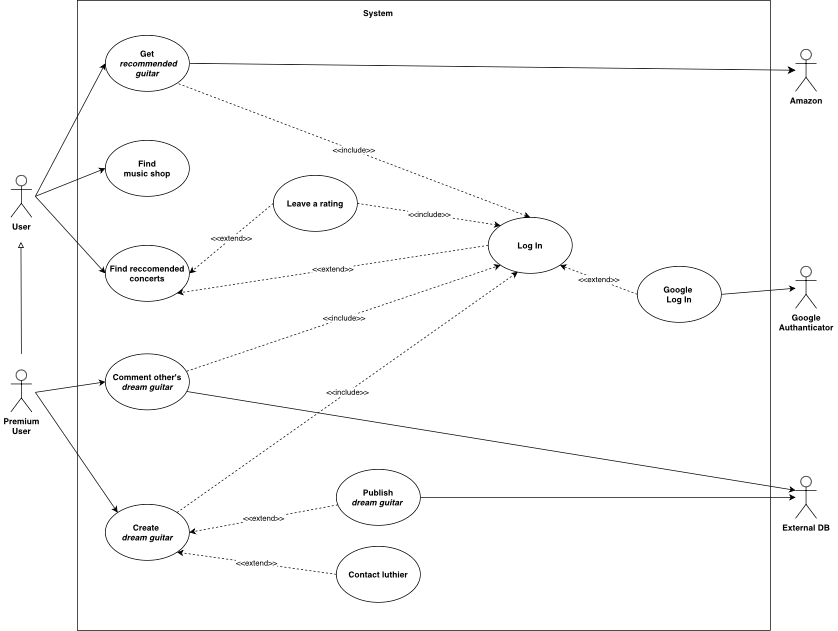
Above: Progetto.drawio .png in TizianoLilli/ISPW-Project (draw.io), before the change. Source tidied: cells renumbered, new cells last; positions are measured from the earlier drawing's top-left corner, leaving out a move shared by most shapes.
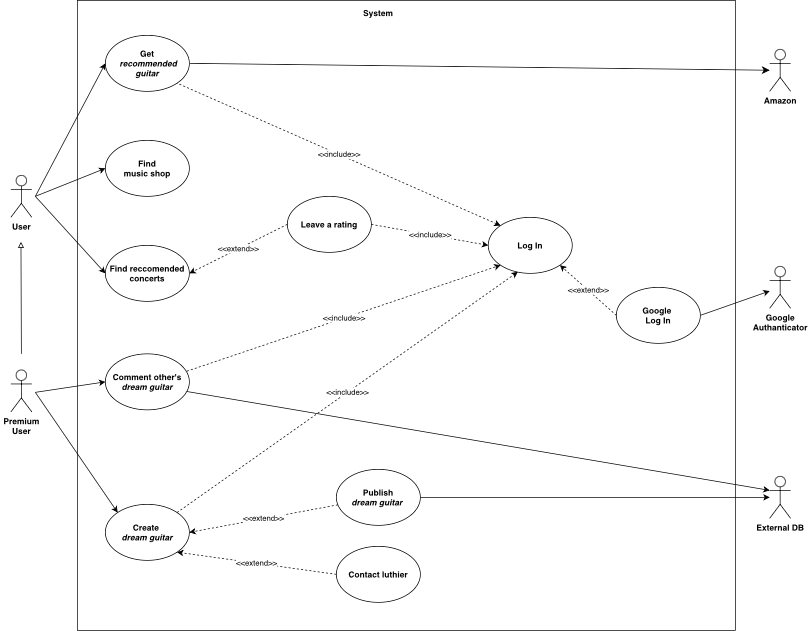
After the commit.

Change to the diagram source:
```diff
@@ -3,7 +3,7 @@
     <mxCell id="0" />
     <mxCell id="1" parent="0" />
     <mxCell id="2" style="rounded=0;whiteSpace=wrap;html=1;" parent="1" vertex="1">
-      <mxGeometry x="95" width="990" height="900" as="geometry" />
+      <mxGeometry x="95" width="940" height="900" as="geometry" />
     </mxCell>
     <mxCell id="3" value="&lt;b&gt;User&lt;/b&gt;" style="shape=umlActor;verticalLabelPosition=bottom;verticalAlign=top;html=1;" parent="1" vertex="1">
       <mxGeometry y="250" width="30" height="60" as="geometry" />
@@ -48,18 +48,15 @@
       </mxGeometry>
     </mxCell>
     <mxCell id="15" value="&lt;b&gt;Google&lt;/b&gt;&lt;div&gt;&lt;b&gt;Authanticator&lt;/b&gt;&lt;/div&gt;&lt;div&gt;&lt;br&gt;&lt;/div&gt;" style="shape=umlActor;verticalLabelPosition=bottom;verticalAlign=top;html=1;outlineConnect=0;" parent="1" vertex="1">
-      <mxGeometry x="1121" y="380" width="30" height="60" as="geometry" />
+      <mxGeometry x="1084" y="380" width="30" height="60" as="geometry" />
     </mxCell>
     <mxCell id="16" style="endArrow=classic;html=1;rounded=0;exitX=1;exitY=0.5;exitDx=0;exitDy=0;" parent="1" edge="1" source="35" target="15">
       <mxGeometry relative="1" as="geometry" />
     </mxCell>
-    <mxCell id="17" value="&amp;lt;&amp;lt;extend&amp;gt;&amp;gt;" style="endArrow=classic;html=1;rounded=0;exitX=0;exitY=0.5;exitDx=0;exitDy=0;entryX=1;entryY=1;entryDx=0;entryDy=0;dashed=1;" parent="1" edge="1" source="5" target="12">
-      <mxGeometry relative="1" as="geometry" />
-    </mxCell>
     <mxCell id="18" value="&amp;lt;&amp;lt;extend&amp;gt;&amp;gt;" style="endArrow=classic;html=1;rounded=0;exitX=0;exitY=0.5;exitDx=0;exitDy=0;entryX=1;entryY=1;entryDx=0;entryDy=0;dashed=1;" parent="1" edge="1" source="13" target="6">
       <mxGeometry relative="1" as="geometry" />
     </mxCell>
-    <mxCell id="19" value="&amp;lt;&amp;lt;include&amp;gt;&amp;gt;" style="endArrow=none;html=1;rounded=0;exitX=0.5;exitY=0;exitDx=0;exitDy=0;entryX=1;entryY=1;entryDx=0;entryDy=0;dashed=1;endFill=0;startArrow=classic;startFill=1;" parent="1" edge="1" source="5" target="10">
+    <mxCell id="19" value="&amp;lt;&amp;lt;include&amp;gt;&amp;gt;" style="endArrow=none;html=1;rounded=0;exitX=0;exitY=0;exitDx=0;exitDy=0;entryX=1;entryY=1;entryDx=0;entryDy=0;dashed=1;endFill=0;startArrow=classic;startFill=1;" parent="1" edge="1" source="5" target="10">
       <mxGeometry relative="1" as="geometry" />
     </mxCell>
     <mxCell id="20" value="&lt;b&gt;System&lt;/b&gt;&lt;div&gt;&lt;br&gt;&lt;/div&gt;" style="text;html=1;align=center;verticalAlign=middle;whiteSpace=wrap;rounded=0;" parent="1" vertex="1">
@@ -77,7 +74,7 @@
       <mxGeometry relative="1" as="geometry" />
     </mxCell>
     <mxCell id="24" value="&lt;span style=&quot;background-color: initial;&quot;&gt;&lt;b&gt;External DB&lt;/b&gt;&lt;/span&gt;" style="shape=umlActor;verticalLabelPosition=bottom;verticalAlign=top;html=1;outlineConnect=0;" parent="1" vertex="1">
-      <mxGeometry x="1121" y="680" width="30" height="60" as="geometry" />
+      <mxGeometry x="1084" y="680" width="30" height="60" as="geometry" />
     </mxCell>
     <mxCell id="25" value="&lt;b&gt;Publish&lt;/b&gt;&lt;div&gt;&lt;b&gt;&lt;i&gt;dream guitar&lt;/i&gt;&amp;nbsp;&lt;/b&gt;&lt;/div&gt;" style="ellipse;whiteSpace=wrap;html=1;" parent="1" vertex="1">
       <mxGeometry x="465" y="670" width="120" height="80" as="geometry" />
@@ -100,12 +97,12 @@
       <mxGeometry relative="1" as="geometry" />
     </mxCell>
     <mxCell id="31" value="&lt;b&gt;Leave a rating&lt;/b&gt;" style="ellipse;whiteSpace=wrap;html=1;" parent="1" vertex="1">
-      <mxGeometry x="375" y="250" width="120" height="80" as="geometry" />
+      <mxGeometry x="395" y="280" width="120" height="80" as="geometry" />
     </mxCell>
     <mxCell id="32" value="&amp;lt;&amp;lt;extend&amp;gt;&amp;gt;" style="endArrow=classic;html=1;rounded=0;exitX=0;exitY=0.5;exitDx=0;exitDy=0;entryX=1;entryY=0.5;entryDx=0;entryDy=0;dashed=1;" parent="1" edge="1" source="31" target="12">
       <mxGeometry relative="1" as="geometry" />
     </mxCell>
-    <mxCell id="33" value="&amp;lt;&amp;lt;include&amp;gt;&amp;gt;" style="endArrow=classic;html=1;rounded=0;exitX=1;exitY=0.5;exitDx=0;exitDy=0;entryX=0;entryY=0;entryDx=0;entryDy=0;dashed=1;" parent="1" edge="1" source="31" target="5">
+    <mxCell id="33" value="&amp;lt;&amp;lt;include&amp;gt;&amp;gt;" style="endArrow=classic;html=1;rounded=0;exitX=1;exitY=0.5;exitDx=0;exitDy=0;entryX=0;entryY=0.5;entryDx=0;entryDy=0;dashed=1;" parent="1" edge="1" source="31" target="5">
       <mxGeometry relative="1" as="geometry" />
     </mxCell>
     <mxCell id="34" style="endArrow=block;html=1;rounded=0;endFill=0;" parent="1" edge="1">
@@ -115,13 +112,13 @@
       </mxGeometry>
     </mxCell>
     <mxCell id="35" value="&lt;b&gt;Google&amp;nbsp;&lt;/b&gt;&lt;div&gt;&lt;b&gt;Log In&lt;/b&gt;&lt;/div&gt;" style="ellipse;whiteSpace=wrap;html=1;" parent="1" vertex="1">
-      <mxGeometry x="895" y="380" width="120" height="80" as="geometry" />
+      <mxGeometry x="865" y="410" width="120" height="80" as="geometry" />
     </mxCell>
     <mxCell id="36" value="&amp;lt;&amp;lt;extend&amp;gt;&amp;gt;" style="endArrow=classic;html=1;rounded=0;exitX=0;exitY=0.5;exitDx=0;exitDy=0;entryX=1;entryY=1;entryDx=0;entryDy=0;dashed=1;" parent="1" edge="1" source="35" target="5">
       <mxGeometry relative="1" as="geometry" />
     </mxCell>
     <mxCell id="37" value="&lt;b&gt;Amazon&lt;/b&gt;" style="shape=umlActor;verticalLabelPosition=bottom;verticalAlign=top;html=1;outlineConnect=0;" parent="1" vertex="1">
-      <mxGeometry x="1121" y="70" width="30" height="60" as="geometry" />
+      <mxGeometry x="1084" y="70" width="30" height="60" as="geometry" />
     </mxCell>
   </root>
 </mxGraphModel>
```
